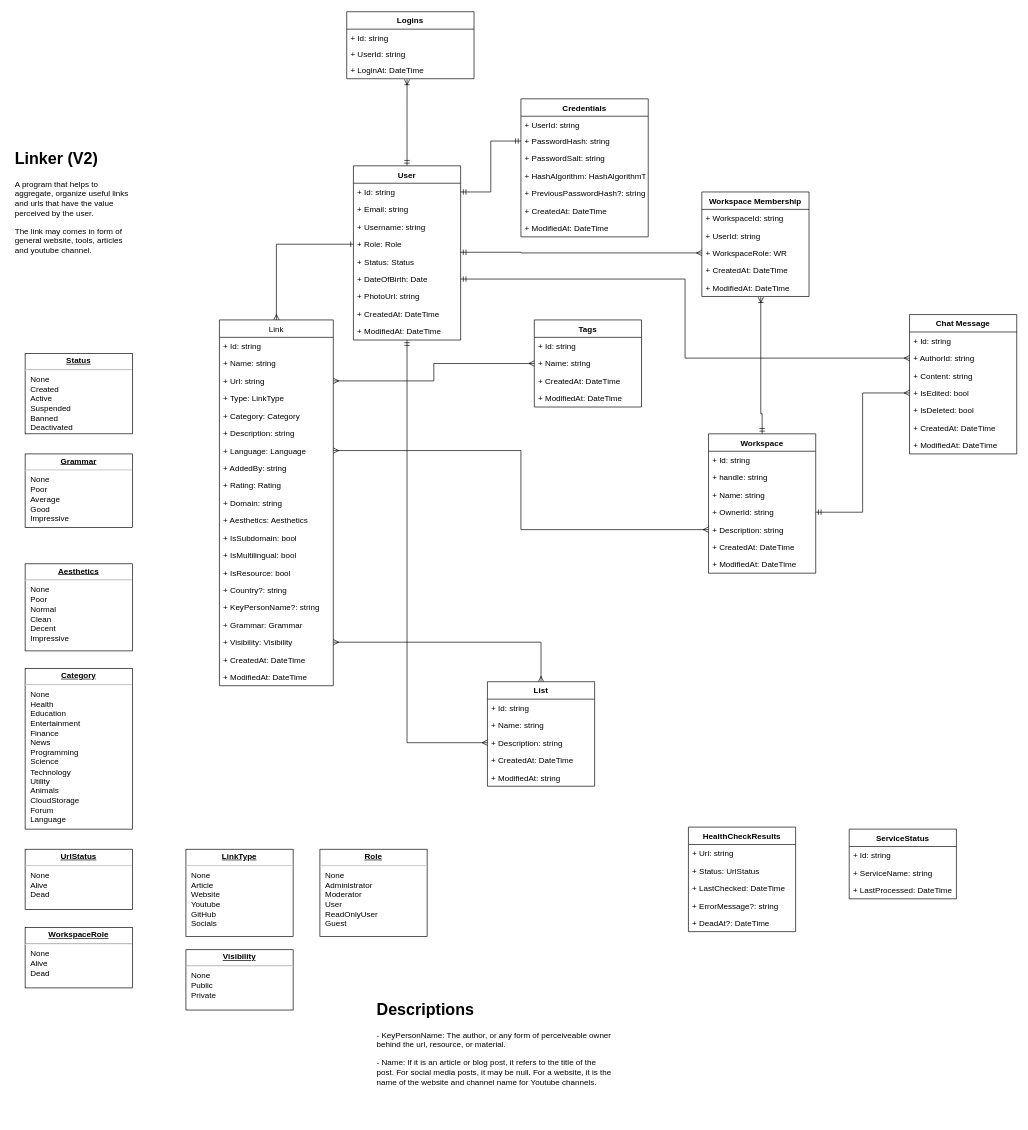
This is page "V2 Class Diagram" (5 of 5) of docs/Linker.drawio from data-miner00/Linker, a draw.io file, before an edit. Source tidied: cells renumbered, new cells numbered last; positions are measured from the earlier drawing's top-left corner, leaving out a move shared by most shapes. Both pictures are drawn from the tidied source at 67%, with x=0, y=0 at pixel (11, 11).
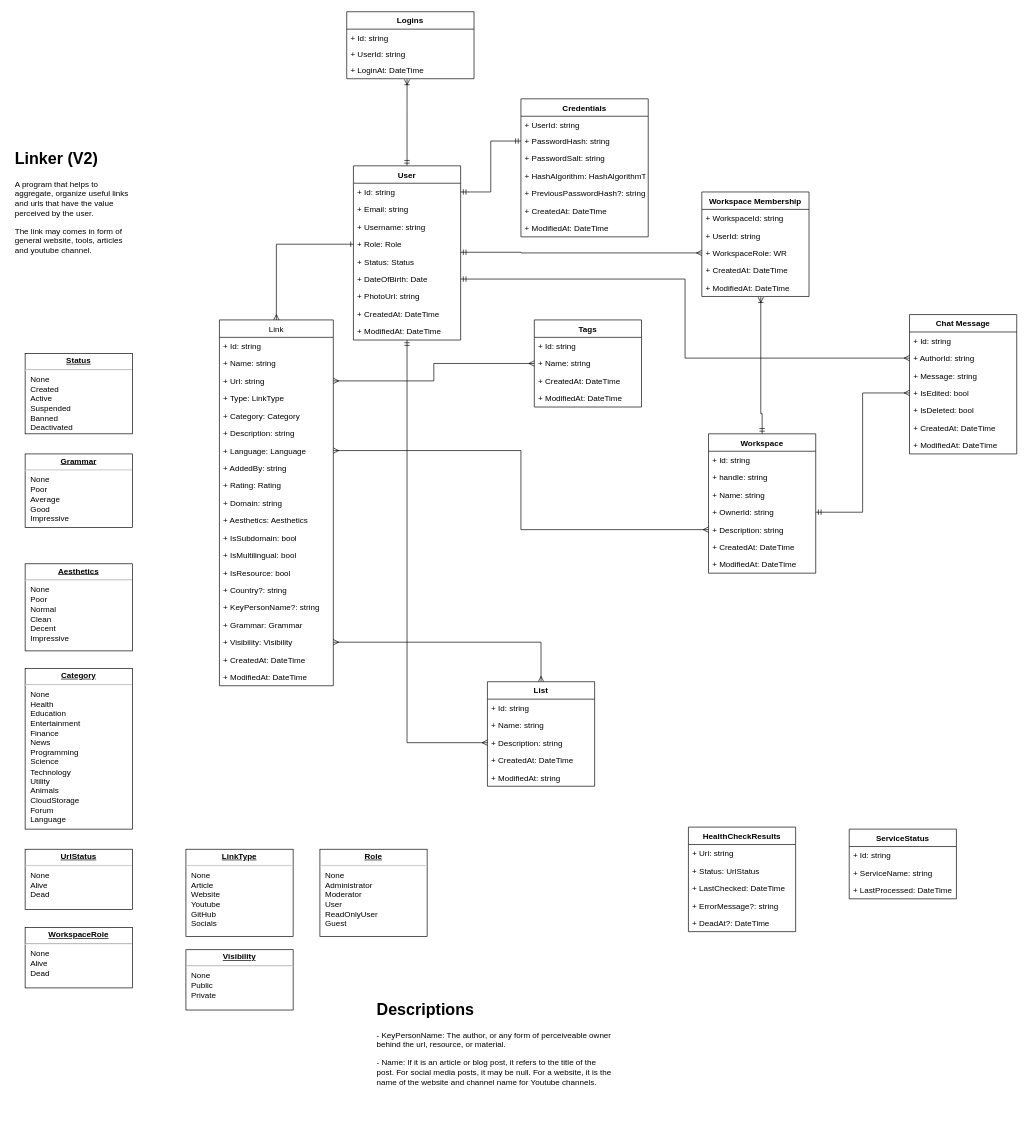
Above is the later version.

Commit message (it also covers changes not shown here):
feat: Added chat message table

Unchanged cells that the change refers to:
```xml
<mxCell id="100" value="Chat Message" style="swimlane;fontStyle=1;align=center;verticalAlign=top;horizontal=1;startSize=26;" parent="1" vertex="1">
  <mxGeometry x="1340" y="452" width="160" height="208" as="geometry" />
</mxCell>
```

What changed in the source:
```diff
@@
-    <mxCell id="103" value="+ Content: string" style="text;strokeColor=none;fillColor=none;align=left;verticalAlign=top;spacingLeft=4;spacingRight=4;overflow=hidden;" parent="100" vertex="1">
+    <mxCell id="103" value="+ Message: string" style="text;strokeColor=none;fillColor=none;align=left;verticalAlign=top;spacingLeft=4;spacingRight=4;overflow=hidden;" parent="100" vertex="1">
       <mxGeometry y="78" width="160" height="26" as="geometry" />
     </mxCell>
```
